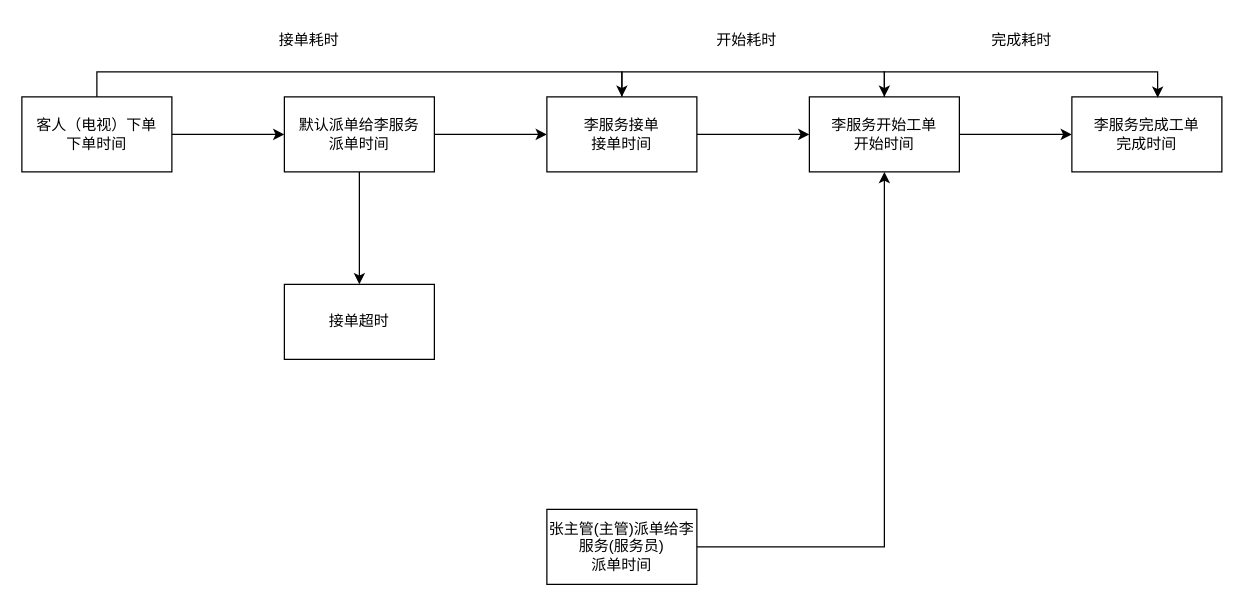
The draw.io diagram xzzh/服务管家工单记录优化.drawio in daniel-7d/draw, before the edit. Source tidied: cells renumbered, new cells numbered last; positions are measured from the earlier drawing's top-left corner, leaving out a move shared by most shapes. Both pictures are drawn from the tidied source at 125%, with x=0, y=0 at pixel (21, 21).
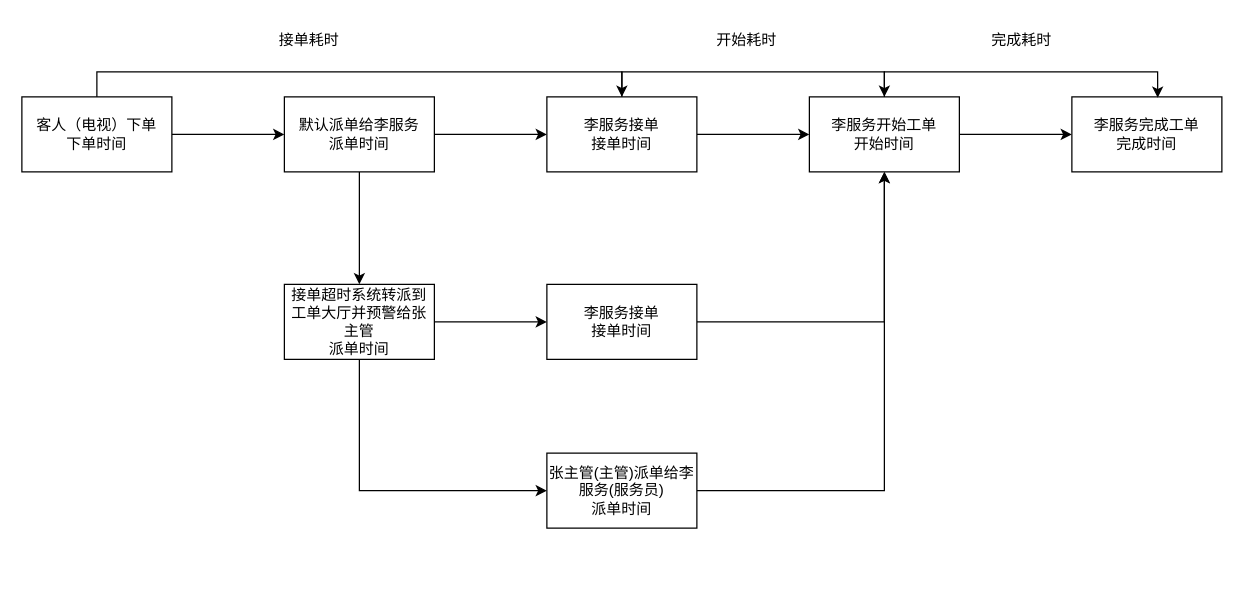
The same page after the edit.

Commit message (it also covers changes not shown here):
更新服务管家工单记录优化.drawio

Unchanged cells that the change refers to:
```xml
<mxCell id="12" value="&lt;div&gt;李服务开始工单&lt;/div&gt;&lt;div&gt;开始时间&lt;/div&gt;" style="rounded=0;whiteSpace=wrap;html=1;" parent="1" vertex="1">
  <mxGeometry x="630" y="60" width="120" height="60" as="geometry" />
</mxCell>
```

What changed in the source:
```diff
@@
     <mxCell id="19" value="张主管(主管)派单给李服务(服务员)&lt;div&gt;派单时间&lt;/div&gt;" style="rounded=0;whiteSpace=wrap;html=1;" parent="1" vertex="1">
-      <mxGeometry x="420" y="390" width="120" height="60" as="geometry" />
+      <mxGeometry x="420" y="345" width="120" height="60" as="geometry" />
     </mxCell>
+    <mxCell id="21" style="edgeStyle=orthogonalEdgeStyle;rounded=0;jettySize=auto;html=1;exitX=1;exitY=0.5;exitDx=0;exitDy=0;entryX=0;entryY=0.5;entryDx=0;entryDy=0;" parent="1" edge="1" source="20" target="24">
+      <mxGeometry relative="1" as="geometry" />
+    </mxCell>
+    <mxCell id="22" style="edgeStyle=orthogonalEdgeStyle;rounded=0;jettySize=auto;html=1;exitX=0.5;exitY=1;exitDx=0;exitDy=0;entryX=0;entryY=0.5;entryDx=0;entryDy=0;" parent="1" edge="1" source="20" target="19">
+      <mxGeometry relative="1" as="geometry" />
+    </mxCell>
-    <mxCell id="20" value="接单超时" style="rounded=0;whiteSpace=wrap;html=1;" parent="1" vertex="1">
+    <mxCell id="20" value="接单超时系统转派到工单大厅并预警给张主管&lt;div&gt;派单时间&lt;/div&gt;" style="rounded=0;whiteSpace=wrap;html=1;" parent="1" vertex="1">
       <mxGeometry x="210" y="210" width="120" height="60" as="geometry" />
     </mxCell>
+    <mxCell id="23" style="edgeStyle=orthogonalEdgeStyle;rounded=0;jettySize=auto;html=1;exitX=1;exitY=0.5;exitDx=0;exitDy=0;" parent="1" edge="1" source="24" target="12">
+      <mxGeometry relative="1" as="geometry" />
+    </mxCell>
+    <mxCell id="24" value="李服务接单&lt;div&gt;接单时间&lt;/div&gt;" style="rounded=0;whiteSpace=wrap;html=1;" parent="1" vertex="1">
+      <mxGeometry x="420" y="210" width="120" height="60" as="geometry" />
+    </mxCell>
```
